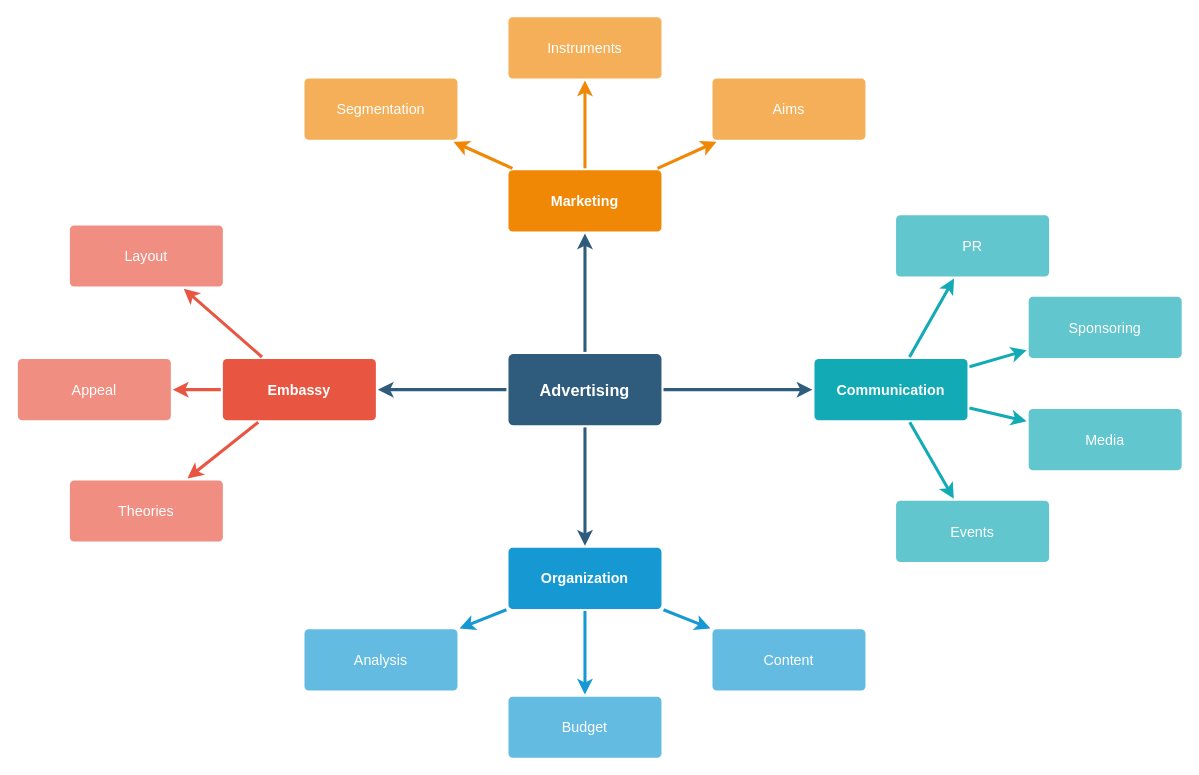
Above: Untitled Diagram.drawio in Samadhan1998/LinuxCustomScript (draw.io), before the change. Source tidied: cells renumbered, new cells numbered last; positions are measured from the earlier drawing's top-left corner, leaving out a move shared by most shapes. Both pictures are drawn from the tidied source at 102%, with x=0, y=0 at pixel (17, 16).
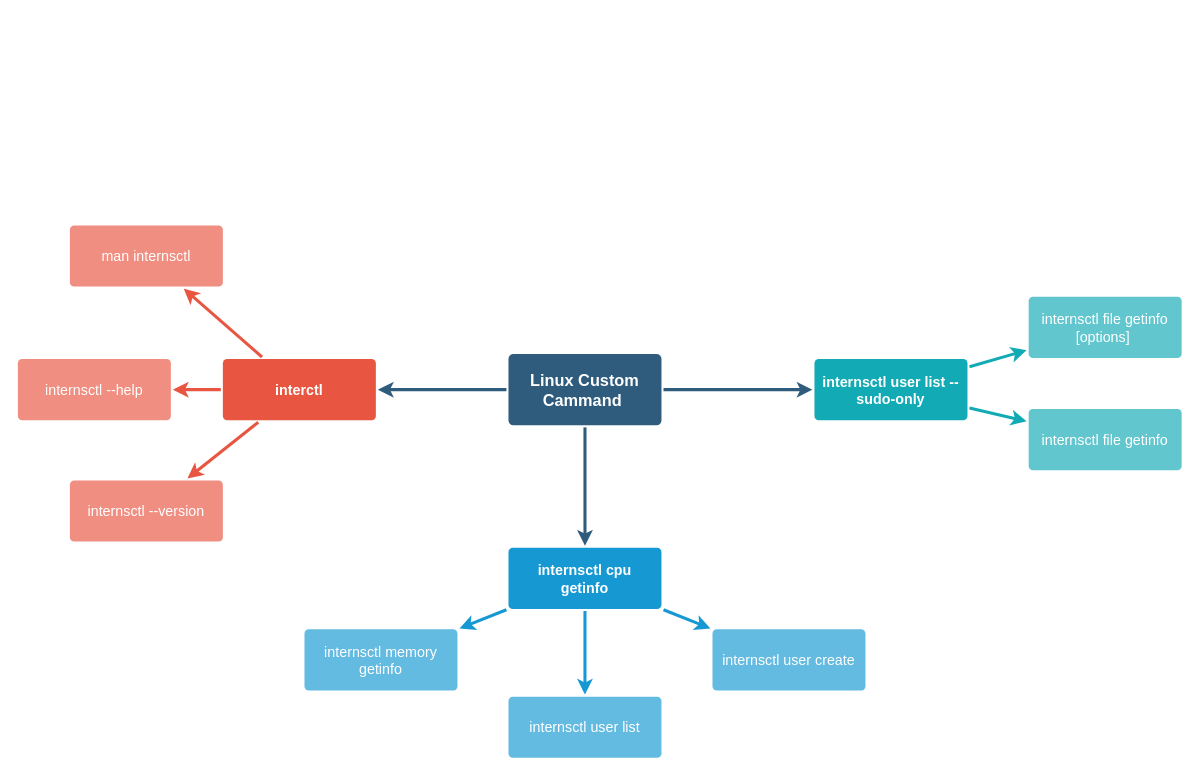
Above is the later version.

What changed in the source:
```diff
@@
-    <mxCell id="2" style="edgeStyle=none;rounded=0;jumpStyle=none;html=1;shadow=0;labelBackgroundColor=none;startArrow=none;startFill=0;endArrow=classic;endFill=1;jettySize=auto;strokeColor=#2F5B7C;strokeWidth=3;fontFamily=Helvetica;fontSize=16;fontColor=#23445D;spacing=5;" parent="1" edge="1" source="6" target="21">
-      <mxGeometry relative="1" as="geometry" />
-    </mxCell>
@@
-    <mxCell id="6" value="Advertising" style="rounded=1;whiteSpace=wrap;html=1;shadow=0;labelBackgroundColor=none;strokeColor=none;strokeWidth=3;fillColor=#2F5B7C;fontFamily=Helvetica;fontSize=16;fontColor=#FFFFFF;align=center;fontStyle=1;spacing=5;arcSize=7;perimeterSpacing=2;" parent="1" vertex="1">
+    <mxCell id="6" value="Linux Custom Cammand&amp;nbsp;" style="rounded=1;whiteSpace=wrap;html=1;shadow=0;labelBackgroundColor=none;strokeColor=none;strokeWidth=3;fillColor=#2F5B7C;fontFamily=Helvetica;fontSize=16;fontColor=#FFFFFF;align=center;fontStyle=1;spacing=5;arcSize=7;perimeterSpacing=2;" parent="1" vertex="1">
       <mxGeometry x="481" y="330.5" width="150" height="70" as="geometry" />
     </mxCell>
@@
-    <mxCell id="10" value="Embassy" style="rounded=1;whiteSpace=wrap;html=1;shadow=0;labelBackgroundColor=none;strokeColor=none;strokeWidth=3;fillColor=#e85642;fontFamily=Helvetica;fontSize=14;fontColor=#FFFFFF;align=center;spacing=5;fontStyle=1;arcSize=7;perimeterSpacing=2;" parent="1" vertex="1">
+    <mxCell id="10" value="interctl" style="rounded=1;whiteSpace=wrap;html=1;shadow=0;labelBackgroundColor=none;strokeColor=none;strokeWidth=3;fillColor=#e85642;fontFamily=Helvetica;fontSize=14;fontColor=#FFFFFF;align=center;spacing=5;fontStyle=1;arcSize=7;perimeterSpacing=2;" parent="1" vertex="1">
       <mxGeometry x="201" y="335.5" width="150" height="60" as="geometry" />
     </mxCell>
-    <mxCell id="11" value="Theories" style="rounded=1;whiteSpace=wrap;html=1;shadow=0;labelBackgroundColor=none;strokeColor=none;strokeWidth=3;fillColor=#f08e81;fontFamily=Helvetica;fontSize=14;fontColor=#FFFFFF;align=center;spacing=5;fontStyle=0;arcSize=7;perimeterSpacing=2;" parent="1" vertex="1">
+    <mxCell id="11" value="internsctl --version&lt;br/&gt;" style="rounded=1;whiteSpace=wrap;html=1;shadow=0;labelBackgroundColor=none;strokeColor=none;strokeWidth=3;fillColor=#f08e81;fontFamily=Helvetica;fontSize=14;fontColor=#FFFFFF;align=center;spacing=5;fontStyle=0;arcSize=7;perimeterSpacing=2;" parent="1" vertex="1">
       <mxGeometry x="51" y="454.5" width="150" height="60" as="geometry" />
     </mxCell>
-    <mxCell id="12" value="Appeal" style="rounded=1;whiteSpace=wrap;html=1;shadow=0;labelBackgroundColor=none;strokeColor=none;strokeWidth=3;fillColor=#f08e81;fontFamily=Helvetica;fontSize=14;fontColor=#FFFFFF;align=center;spacing=5;fontStyle=0;arcSize=7;perimeterSpacing=2;" parent="1" vertex="1">
+    <mxCell id="12" value=" internsctl --help" style="rounded=1;whiteSpace=wrap;html=1;shadow=0;labelBackgroundColor=none;strokeColor=none;strokeWidth=3;fillColor=#f08e81;fontFamily=Helvetica;fontSize=14;fontColor=#FFFFFF;align=center;spacing=5;fontStyle=0;arcSize=7;perimeterSpacing=2;" parent="1" vertex="1">
       <mxGeometry y="335.5" width="150" height="60" as="geometry" />
     </mxCell>
-    <mxCell id="13" value="Layout" style="rounded=1;whiteSpace=wrap;html=1;shadow=0;labelBackgroundColor=none;strokeColor=none;strokeWidth=3;fillColor=#f08e81;fontFamily=Helvetica;fontSize=14;fontColor=#FFFFFF;align=center;spacing=5;fontStyle=0;arcSize=7;perimeterSpacing=2;" parent="1" vertex="1">
+    <mxCell id="13" value="man internsctl" style="rounded=1;whiteSpace=wrap;html=1;shadow=0;labelBackgroundColor=none;strokeColor=none;strokeWidth=3;fillColor=#f08e81;fontFamily=Helvetica;fontSize=14;fontColor=#FFFFFF;align=center;spacing=5;fontStyle=0;arcSize=7;perimeterSpacing=2;" parent="1" vertex="1">
       <mxGeometry x="51" y="204.5" width="150" height="60" as="geometry" />
     </mxCell>
@@
-    <mxCell id="17" value="Organization" style="rounded=1;whiteSpace=wrap;html=1;shadow=0;labelBackgroundColor=none;strokeColor=none;strokeWidth=3;fillColor=#1699d3;fontFamily=Helvetica;fontSize=14;fontColor=#FFFFFF;align=center;spacing=5;fontStyle=1;arcSize=7;perimeterSpacing=2;" parent="1" vertex="1">
+    <mxCell id="17" value=" internsctl cpu getinfo&lt;br/&gt;" style="rounded=1;whiteSpace=wrap;html=1;shadow=0;labelBackgroundColor=none;strokeColor=none;strokeWidth=3;fillColor=#1699d3;fontFamily=Helvetica;fontSize=14;fontColor=#FFFFFF;align=center;spacing=5;fontStyle=1;arcSize=7;perimeterSpacing=2;" parent="1" vertex="1">
       <mxGeometry x="481" y="520.5" width="150" height="60" as="geometry" />
     </mxCell>
-    <mxCell id="18" value="Content" style="rounded=1;whiteSpace=wrap;html=1;shadow=0;labelBackgroundColor=none;strokeColor=none;strokeWidth=3;fillColor=#64bbe2;fontFamily=Helvetica;fontSize=14;fontColor=#FFFFFF;align=center;spacing=5;arcSize=7;perimeterSpacing=2;" parent="1" vertex="1">
+    <mxCell id="18" value="&amp;nbsp;internsctl user create&amp;nbsp;" style="rounded=1;whiteSpace=wrap;html=1;shadow=0;labelBackgroundColor=none;strokeColor=none;strokeWidth=3;fillColor=#64bbe2;fontFamily=Helvetica;fontSize=14;fontColor=#FFFFFF;align=center;spacing=5;arcSize=7;perimeterSpacing=2;" parent="1" vertex="1">
       <mxGeometry x="681" y="600.5" width="150" height="60" as="geometry" />
     </mxCell>
-    <mxCell id="19" value="Budget" style="rounded=1;whiteSpace=wrap;html=1;shadow=0;labelBackgroundColor=none;strokeColor=none;strokeWidth=3;fillColor=#64bbe2;fontFamily=Helvetica;fontSize=14;fontColor=#FFFFFF;align=center;spacing=5;arcSize=7;perimeterSpacing=2;" parent="1" vertex="1">
+    <mxCell id="19" value="internsctl user list" style="rounded=1;whiteSpace=wrap;html=1;shadow=0;labelBackgroundColor=none;strokeColor=none;strokeWidth=3;fillColor=#64bbe2;fontFamily=Helvetica;fontSize=14;fontColor=#FFFFFF;align=center;spacing=5;arcSize=7;perimeterSpacing=2;" parent="1" vertex="1">
       <mxGeometry x="481" y="666.5" width="150" height="60" as="geometry" />
     </mxCell>
-    <mxCell id="20" value="Analysis" style="rounded=1;whiteSpace=wrap;html=1;shadow=0;labelBackgroundColor=none;strokeColor=none;strokeWidth=3;fillColor=#64bbe2;fontFamily=Helvetica;fontSize=14;fontColor=#FFFFFF;align=center;spacing=5;arcSize=7;perimeterSpacing=2;" parent="1" vertex="1">
+    <mxCell id="20" value="internsctl memory getinfo" style="rounded=1;whiteSpace=wrap;html=1;shadow=0;labelBackgroundColor=none;strokeColor=none;strokeWidth=3;fillColor=#64bbe2;fontFamily=Helvetica;fontSize=14;fontColor=#FFFFFF;align=center;spacing=5;arcSize=7;perimeterSpacing=2;" parent="1" vertex="1">
       <mxGeometry x="281" y="600.5" width="150" height="60" as="geometry" />
     </mxCell>
-    <mxCell id="21" value="Marketing" style="rounded=1;whiteSpace=wrap;html=1;shadow=0;labelBackgroundColor=none;strokeColor=none;strokeWidth=3;fillColor=#F08705;fontFamily=Helvetica;fontSize=14;fontColor=#FFFFFF;align=center;spacing=5;fontStyle=1;arcSize=7;perimeterSpacing=2;" parent="1" vertex="1">
-      <mxGeometry x="481" y="150.5" width="150" height="60" as="geometry" />
-    </mxCell>
-    <mxCell id="22" value="Aims&lt;br&gt;" style="rounded=1;whiteSpace=wrap;html=1;shadow=0;labelBackgroundColor=none;strokeColor=none;strokeWidth=3;fillColor=#f5af58;fontFamily=Helvetica;fontSize=14;fontColor=#FFFFFF;align=center;spacing=5;arcSize=7;perimeterSpacing=2;" parent="1" vertex="1">
-      <mxGeometry x="681" y="60.5" width="150" height="60" as="geometry" />
-    </mxCell>
-    <mxCell id="23" style="edgeStyle=none;rounded=0;jumpStyle=none;html=1;shadow=0;labelBackgroundColor=none;startArrow=none;startFill=0;endArrow=classic;endFill=1;jettySize=auto;strokeColor=#F08705;strokeWidth=3;fontFamily=Helvetica;fontSize=14;fontColor=#FFFFFF;spacing=5;" parent="1" edge="1" source="21" target="22">
-      <mxGeometry relative="1" as="geometry" />
-    </mxCell>
-    <mxCell id="24" value="Instruments" style="rounded=1;whiteSpace=wrap;html=1;shadow=0;labelBackgroundColor=none;strokeColor=none;strokeWidth=3;fillColor=#f5af58;fontFamily=Helvetica;fontSize=14;fontColor=#FFFFFF;align=center;spacing=5;arcSize=7;perimeterSpacing=2;" parent="1" vertex="1">
-      <mxGeometry x="481" y="0.5" width="150" height="60" as="geometry" />
-    </mxCell>
-    <mxCell id="25" style="edgeStyle=none;rounded=0;jumpStyle=none;html=1;shadow=0;labelBackgroundColor=none;startArrow=none;startFill=0;endArrow=classic;endFill=1;jettySize=auto;strokeColor=#F08705;strokeWidth=3;fontFamily=Helvetica;fontSize=14;fontColor=#FFFFFF;spacing=5;" parent="1" edge="1" source="21" target="24">
-      <mxGeometry relative="1" as="geometry" />
-    </mxCell>
-    <mxCell id="26" value="Segmentation" style="rounded=1;whiteSpace=wrap;html=1;shadow=0;labelBackgroundColor=none;strokeColor=none;strokeWidth=3;fillColor=#f5af58;fontFamily=Helvetica;fontSize=14;fontColor=#FFFFFF;align=center;spacing=5;arcSize=7;perimeterSpacing=2;" parent="1" vertex="1">
-      <mxGeometry x="281" y="60.5" width="150" height="60" as="geometry" />
-    </mxCell>
-    <mxCell id="27" style="edgeStyle=none;rounded=0;jumpStyle=none;html=1;shadow=0;labelBackgroundColor=none;startArrow=none;startFill=0;endArrow=classic;endFill=1;jettySize=auto;strokeColor=#F08705;strokeWidth=3;fontFamily=Helvetica;fontSize=14;fontColor=#FFFFFF;spacing=5;" parent="1" edge="1" source="21" target="26">
-      <mxGeometry relative="1" as="geometry" />
-    </mxCell>
-    <mxCell id="28" value="Communication" style="rounded=1;whiteSpace=wrap;html=1;shadow=0;labelBackgroundColor=none;strokeColor=none;strokeWidth=3;fillColor=#12aab5;fontFamily=Helvetica;fontSize=14;fontColor=#FFFFFF;align=center;spacing=5;fontStyle=1;arcSize=7;perimeterSpacing=2;" parent="1" vertex="1">
+    <mxCell id="28" value=" internsctl user list --sudo-only" style="rounded=1;whiteSpace=wrap;html=1;shadow=0;labelBackgroundColor=none;strokeColor=none;strokeWidth=3;fillColor=#12aab5;fontFamily=Helvetica;fontSize=14;fontColor=#FFFFFF;align=center;spacing=5;fontStyle=1;arcSize=7;perimeterSpacing=2;" parent="1" vertex="1">
       <mxGeometry x="781" y="335.5" width="150" height="60" as="geometry" />
     </mxCell>
-    <mxCell id="29" value="Events" style="rounded=1;whiteSpace=wrap;html=1;shadow=0;labelBackgroundColor=none;strokeColor=none;strokeWidth=3;fillColor=#61c6ce;fontFamily=Helvetica;fontSize=14;fontColor=#FFFFFF;align=center;spacing=5;fontStyle=0;arcSize=7;perimeterSpacing=2;" parent="1" vertex="1">
-      <mxGeometry x="861" y="474.5" width="150" height="60" as="geometry" />
-    </mxCell>
-    <mxCell id="30" style="edgeStyle=none;rounded=1;jumpStyle=none;html=1;shadow=0;labelBackgroundColor=none;startArrow=none;startFill=0;jettySize=auto;strokeColor=#12AAB5;strokeWidth=3;fontFamily=Helvetica;fontSize=14;fontColor=#FFFFFF;spacing=5;fontStyle=1;fillColor=#b0e3e6;" parent="1" edge="1" source="28" target="29">
-      <mxGeometry relative="1" as="geometry" />
-    </mxCell>
-    <mxCell id="31" value="Media" style="rounded=1;whiteSpace=wrap;html=1;shadow=0;labelBackgroundColor=none;strokeColor=none;strokeWidth=3;fillColor=#61c6ce;fontFamily=Helvetica;fontSize=14;fontColor=#FFFFFF;align=center;spacing=5;fontStyle=0;arcSize=7;perimeterSpacing=2;" parent="1" vertex="1">
+    <mxCell id="31" value="&amp;nbsp;internsctl file getinfo&amp;nbsp;" style="rounded=1;whiteSpace=wrap;html=1;shadow=0;labelBackgroundColor=none;strokeColor=none;strokeWidth=3;fillColor=#61c6ce;fontFamily=Helvetica;fontSize=14;fontColor=#FFFFFF;align=center;spacing=5;fontStyle=0;arcSize=7;perimeterSpacing=2;" parent="1" vertex="1">
       <mxGeometry x="991" y="384.5" width="150" height="60" as="geometry" />
     </mxCell>
@@
-    <mxCell id="33" value="Sponsoring" style="rounded=1;whiteSpace=wrap;html=1;shadow=0;labelBackgroundColor=none;strokeColor=none;strokeWidth=3;fillColor=#61c6ce;fontFamily=Helvetica;fontSize=14;fontColor=#FFFFFF;align=center;spacing=5;fontStyle=0;arcSize=7;perimeterSpacing=2;" parent="1" vertex="1">
+    <mxCell id="33" value="internsctl file getinfo [options]&amp;nbsp;" style="rounded=1;whiteSpace=wrap;html=1;shadow=0;labelBackgroundColor=none;strokeColor=none;strokeWidth=3;fillColor=#61c6ce;fontFamily=Helvetica;fontSize=14;fontColor=#FFFFFF;align=center;spacing=5;fontStyle=0;arcSize=7;perimeterSpacing=2;" parent="1" vertex="1">
       <mxGeometry x="991" y="274.5" width="150" height="60" as="geometry" />
     </mxCell>
@@
-    <mxCell id="35" value="PR" style="rounded=1;whiteSpace=wrap;html=1;shadow=0;labelBackgroundColor=none;strokeColor=none;strokeWidth=3;fillColor=#61c6ce;fontFamily=Helvetica;fontSize=14;fontColor=#FFFFFF;align=center;spacing=5;fontStyle=0;arcSize=7;perimeterSpacing=2;" parent="1" vertex="1">
-      <mxGeometry x="861" y="194.5" width="150" height="60" as="geometry" />
-    </mxCell>
-    <mxCell id="36" style="edgeStyle=none;rounded=1;jumpStyle=none;html=1;shadow=0;labelBackgroundColor=none;startArrow=none;startFill=0;jettySize=auto;strokeColor=#12AAB5;strokeWidth=3;fontFamily=Helvetica;fontSize=14;fontColor=#FFFFFF;spacing=5;fontStyle=1;fillColor=#b0e3e6;" parent="1" edge="1" source="28" target="35">
-      <mxGeometry relative="1" as="geometry" />
-    </mxCell>
```
